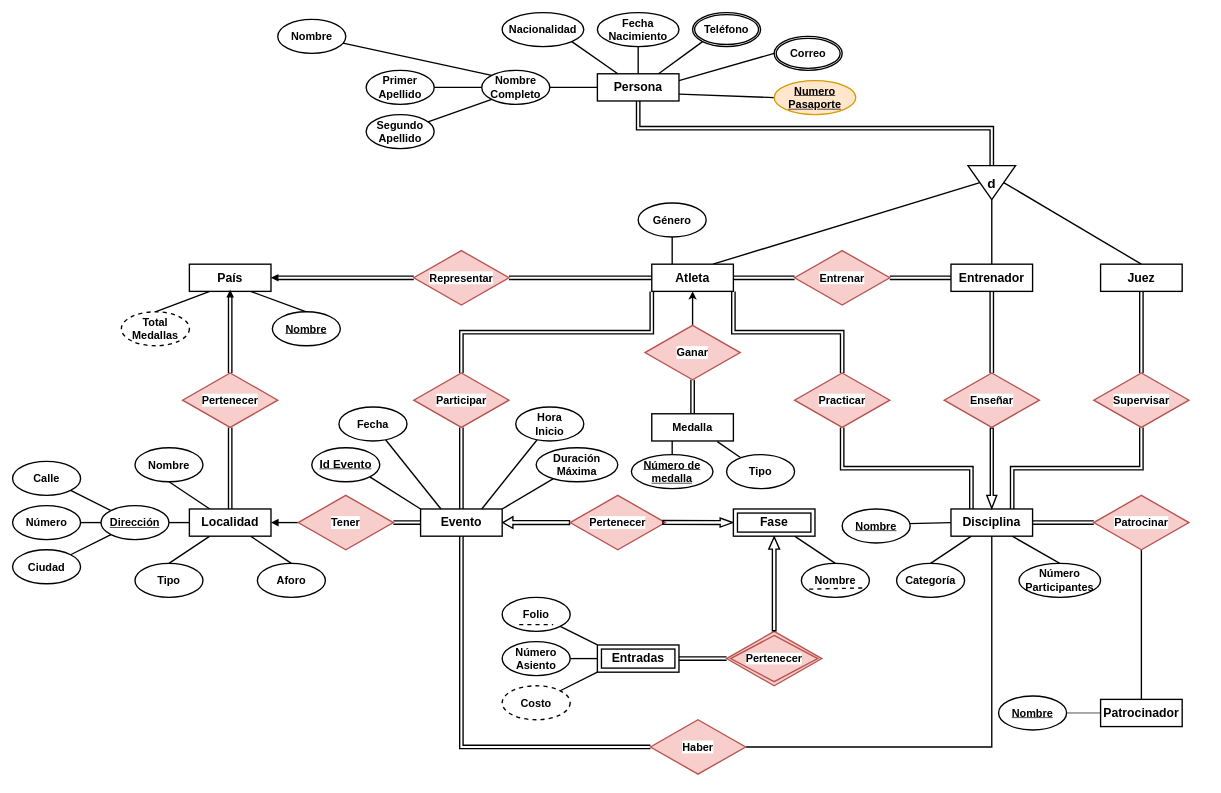
Before: Practica03_equipo/Diagramas/ERequipo.drawio in Htska/Db, a draw.io diagram. Source tidied: cells renumbered, new cells numbered last; positions are measured from the earlier drawing's top-left corner, leaving out a move shared by most shapes. Both pictures are drawn from the tidied source at 68%, with x=0, y=0 at pixel (12, 12).
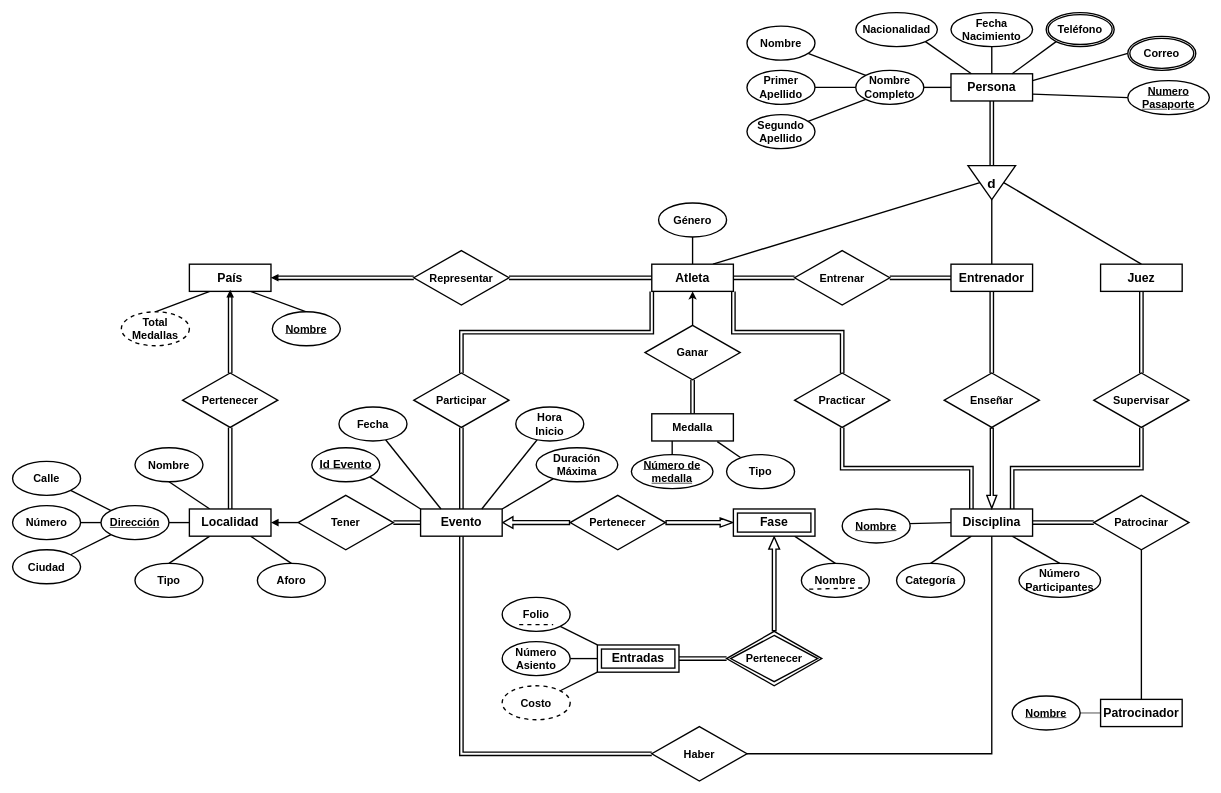
The same page after the edit.

Unchanged cells that the change refers to:
```xml
<mxCell id="40" value="d" style="triangle;whiteSpace=wrap;html=1;rotation=90;strokeWidth=2;fontSize=20;fontStyle=1;verticalAlign=middle;horizontal=0;labelPosition=center;verticalLabelPosition=middle;align=center;labelBackgroundColor=none;" parent="1" vertex="1">
  <mxGeometry x="1415" y="215" width="50" height="70" as="geometry" />
</mxCell>
<mxCell id="45" value="&lt;b&gt;Atleta&lt;/b&gt;" style="whiteSpace=wrap;html=1;align=center;strokeWidth=2;fontSize=18;" parent="1" vertex="1">
  <mxGeometry x="940" y="370" width="120" height="40" as="geometry" />
</mxCell>
<mxCell id="120" value="Fase" style="shape=ext;margin=3;double=1;whiteSpace=wrap;html=1;align=center;fontSize=18;fontStyle=1;strokeWidth=2;" parent="1" vertex="1">
  <mxGeometry x="1060" y="730" width="120" height="40" as="geometry" />
</mxCell>
```

Diff of the diagram source:
```diff
@@
     <mxCell id="23" value="Nombre" style="ellipse;whiteSpace=wrap;html=1;align=center;fontStyle=5;strokeWidth=2;fontSize=16;" parent="1" vertex="1">
-      <mxGeometry x="1450" y="1005" width="100" height="50" as="geometry" />
+      <mxGeometry x="1470" y="1005" width="100" height="50" as="geometry" />
     </mxCell>
@@
-    <mxCell id="38" value="&lt;b&gt;Practicar&lt;/b&gt;" style="shape=rhombus;perimeter=rhombusPerimeter;whiteSpace=wrap;html=1;align=center;fontFamily=Helvetica;fontSize=16;labelBackgroundColor=default;strokeWidth=2;fillColor=#f8cecc;strokeColor=#b85450;" parent="1" vertex="1">
+    <mxCell id="38" value="&lt;b&gt;Practicar&lt;/b&gt;" style="shape=rhombus;perimeter=rhombusPerimeter;whiteSpace=wrap;html=1;align=center;fontFamily=Helvetica;fontSize=16;labelBackgroundColor=default;strokeWidth=2;" parent="1" vertex="1">
       <mxGeometry x="1150" y="530" width="140" height="80" as="geometry" />
     </mxCell>
@@
-    <mxCell id="43" style="edgeStyle=none;shape=connector;rounded=0;jettySize=auto;html=1;exitX=0.25;exitY=0;exitDx=0;exitDy=0;entryX=0.5;entryY=1;entryDx=0;entryDy=0;strokeColor=default;strokeWidth=2;align=center;verticalAlign=middle;fontFamily=Helvetica;fontSize=11;fontColor=default;labelBackgroundColor=default;endArrow=none;endFill=0;" parent="1" edge="1" source="45" target="51">
+    <mxCell id="43" style="edgeStyle=none;shape=connector;rounded=0;jettySize=auto;html=1;exitX=0.5;exitY=0;exitDx=0;exitDy=0;entryX=0.5;entryY=1;entryDx=0;entryDy=0;strokeColor=default;strokeWidth=2;align=center;verticalAlign=middle;fontFamily=Helvetica;fontSize=11;fontColor=default;labelBackgroundColor=default;endArrow=none;endFill=0;" parent="1" edge="1" source="45" target="51">
       <mxGeometry relative="1" as="geometry" />
     </mxCell>
@@
     <mxCell id="51" value="Género" style="ellipse;whiteSpace=wrap;html=1;align=center;fontSize=16;fontStyle=1;strokeWidth=2;" parent="1" vertex="1">
-      <mxGeometry x="920" y="280" width="100" height="50" as="geometry" />
+      <mxGeometry x="950" y="280" width="100" height="50" as="geometry" />
     </mxCell>
-    <mxCell id="52" style="shape=link;rounded=0;jettySize=auto;html=1;exitX=0.5;exitY=1;exitDx=0;exitDy=0;entryX=0;entryY=0.5;entryDx=0;entryDy=0;strokeColor=default;strokeWidth=2;align=center;verticalAlign=middle;fontFamily=Helvetica;fontSize=11;fontColor=default;labelBackgroundColor=default;endArrow=none;endFill=0;edgeStyle=elbowEdgeStyle;elbow=vertical;" parent="1" edge="1" source="58" target="40">
-      <mxGeometry relative="1" as="geometry">
-        <Array as="points">
-          <mxPoint x="1180" y="170" />
-        </Array>
-      </mxGeometry>
-    </mxCell>
@@
-    <mxCell id="55" value="Representar" style="shape=rhombus;perimeter=rhombusPerimeter;whiteSpace=wrap;html=1;align=center;fontFamily=Helvetica;fontSize=16;labelBackgroundColor=default;strokeWidth=2;fontStyle=1;fillColor=#F8CECC;strokeColor=#b85450;" parent="1" vertex="1">
+    <mxCell id="55" value="Representar" style="shape=rhombus;perimeter=rhombusPerimeter;whiteSpace=wrap;html=1;align=center;fontFamily=Helvetica;fontSize=16;labelBackgroundColor=default;strokeWidth=2;fontStyle=1;" parent="1" vertex="1">
       <mxGeometry x="590" y="350" width="140" height="80" as="geometry" />
     </mxCell>
@@
+    <mxCell id="52" style="edgeStyle=orthogonalEdgeStyle;rounded=0;jettySize=auto;html=1;exitX=0.5;exitY=1;exitDx=0;exitDy=0;entryX=0;entryY=0.5;entryDx=0;entryDy=0;shape=link;strokeWidth=2;" parent="1" edge="1" source="58" target="40">
+      <mxGeometry relative="1" as="geometry" />
+    </mxCell>
     <mxCell id="58" value="&lt;b&gt;Persona&lt;/b&gt;" style="whiteSpace=wrap;html=1;align=center;strokeWidth=2;fontSize=18;" parent="1" vertex="1">
-      <mxGeometry x="860" y="90" width="120" height="40" as="geometry" />
+      <mxGeometry x="1380" y="90" width="120" height="40" as="geometry" />
     </mxCell>
@@
     <mxCell id="60" value="&lt;div&gt;Nombre&lt;/div&gt;&lt;div&gt;Completo&lt;/div&gt;" style="ellipse;whiteSpace=wrap;html=1;align=center;fontSize=16;fontStyle=1;strokeWidth=2;" parent="1" vertex="1">
-      <mxGeometry x="690" y="85" width="100" height="50" as="geometry" />
+      <mxGeometry x="1240" y="85" width="100" height="50" as="geometry" />
     </mxCell>
@@
     <mxCell id="62" value="&lt;div&gt;Nombre&lt;/div&gt;" style="ellipse;whiteSpace=wrap;html=1;align=center;fontSize=16;fontStyle=1;strokeWidth=2;" parent="1" vertex="1">
-      <mxGeometry x="390" y="10" width="100" height="50" as="geometry" />
+      <mxGeometry x="1080" y="20" width="100" height="50" as="geometry" />
     </mxCell>
@@
     <mxCell id="64" value="&lt;div&gt;Primer&lt;/div&gt;&lt;div&gt;Apellido&lt;br&gt;&lt;/div&gt;" style="ellipse;whiteSpace=wrap;html=1;align=center;fontSize=16;fontStyle=1;strokeWidth=2;" parent="1" vertex="1">
-      <mxGeometry x="520" y="85" width="100" height="50" as="geometry" />
+      <mxGeometry x="1080" y="85" width="100" height="50" as="geometry" />
     </mxCell>
@@
     <mxCell id="66" value="&lt;div&gt;Segundo&lt;/div&gt;&lt;div&gt;Apellido&lt;br&gt;&lt;/div&gt;" style="ellipse;whiteSpace=wrap;html=1;align=center;fontSize=16;fontStyle=1;strokeWidth=2;" parent="1" vertex="1">
-      <mxGeometry x="520" y="150" width="100" height="50" as="geometry" />
+      <mxGeometry x="1080" y="150" width="100" height="50" as="geometry" />
     </mxCell>
@@
     <mxCell id="68" value="Nacionalidad" style="ellipse;whiteSpace=wrap;html=1;align=center;fontSize=16;fontStyle=1;strokeWidth=2;" parent="1" vertex="1">
-      <mxGeometry x="720" width="120" height="50" as="geometry" />
+      <mxGeometry x="1240" width="120" height="50" as="geometry" />
     </mxCell>
@@
     <mxCell id="70" value="&lt;div&gt;Fecha&lt;/div&gt;&lt;div&gt;Nacimiento&lt;br&gt;&lt;/div&gt;" style="ellipse;whiteSpace=wrap;html=1;align=center;fontSize=16;fontStyle=1;strokeWidth=2;" parent="1" vertex="1">
-      <mxGeometry x="860" width="120" height="50" as="geometry" />
+      <mxGeometry x="1380" width="120" height="50" as="geometry" />
     </mxCell>
@@
     <mxCell id="72" value="Teléfono" style="ellipse;shape=doubleEllipse;margin=3;whiteSpace=wrap;html=1;align=center;strokeWidth=2;fontStyle=1;fontSize=16;" parent="1" vertex="1">
-      <mxGeometry x="1000" width="100" height="50" as="geometry" />
+      <mxGeometry x="1520" width="100" height="50" as="geometry" />
     </mxCell>
     <mxCell id="73" value="Correo" style="ellipse;shape=doubleEllipse;margin=3;whiteSpace=wrap;html=1;align=center;strokeWidth=2;fontStyle=1;fontSize=16;" parent="1" vertex="1">
-      <mxGeometry x="1120" y="35" width="100" height="50" as="geometry" />
+      <mxGeometry x="1640" y="35" width="100" height="50" as="geometry" />
     </mxCell>
@@
-    <mxCell id="83" value="&lt;b&gt;Patrocinar&lt;/b&gt;" style="shape=rhombus;perimeter=rhombusPerimeter;whiteSpace=wrap;html=1;align=center;fontFamily=Helvetica;fontSize=16;labelBackgroundColor=default;strokeWidth=2;fillColor=#f8cecc;strokeColor=#b85450;" parent="1" vertex="1">
+    <mxCell id="83" value="&lt;b&gt;Patrocinar&lt;/b&gt;" style="shape=rhombus;perimeter=rhombusPerimeter;whiteSpace=wrap;html=1;align=center;fontFamily=Helvetica;fontSize=16;labelBackgroundColor=default;strokeWidth=2;" parent="1" vertex="1">
       <mxGeometry x="1590" y="710" width="140" height="80" as="geometry" />
     </mxCell>
@@
-    <mxCell id="85" value="&lt;font style=&quot;font-size: 16px;&quot;&gt;Pertenecer&lt;/font&gt;" style="shape=rhombus;perimeter=rhombusPerimeter;whiteSpace=wrap;align=center;fontFamily=Helvetica;fontSize=16;labelBackgroundColor=default;strokeWidth=2;fontStyle=1;labelBorderColor=none;textShadow=0;html=1;verticalAlign=middle;fillColor=#f8cecc;strokeColor=#b85450;" parent="1" vertex="1">
+    <mxCell id="85" value="&lt;font style=&quot;font-size: 16px;&quot;&gt;Pertenecer&lt;/font&gt;" style="shape=rhombus;perimeter=rhombusPerimeter;whiteSpace=wrap;align=center;fontFamily=Helvetica;fontSize=16;labelBackgroundColor=default;strokeWidth=2;fontStyle=1;labelBorderColor=none;textShadow=0;html=1;verticalAlign=middle;" parent="1" vertex="1">
       <mxGeometry x="250" y="530" width="140" height="80" as="geometry" />
     </mxCell>
@@
-    <mxCell id="88" value="Tener" style="shape=rhombus;perimeter=rhombusPerimeter;whiteSpace=wrap;align=center;fontFamily=Helvetica;fontSize=16;labelBackgroundColor=default;strokeWidth=2;fontStyle=1;labelBorderColor=none;textShadow=0;html=1;verticalAlign=middle;fillColor=#f8cecc;strokeColor=#b85450;" parent="1" vertex="1">
+    <mxCell id="88" value="Tener" style="shape=rhombus;perimeter=rhombusPerimeter;whiteSpace=wrap;align=center;fontFamily=Helvetica;fontSize=16;labelBackgroundColor=default;strokeWidth=2;fontStyle=1;labelBorderColor=none;textShadow=0;html=1;verticalAlign=middle;" parent="1" vertex="1">
       <mxGeometry x="420" y="710" width="140" height="80" as="geometry" />
     </mxCell>
-    <mxCell id="89" value="&lt;b&gt;Pertenecer&lt;/b&gt;" style="shape=rhombus;perimeter=rhombusPerimeter;whiteSpace=wrap;html=1;align=center;fontFamily=Helvetica;fontSize=16;labelBackgroundColor=default;strokeWidth=2;fillColor=#f8cecc;strokeColor=#b85450;" parent="1" vertex="1">
+    <mxCell id="89" value="&lt;b&gt;Pertenecer&lt;/b&gt;" style="shape=rhombus;perimeter=rhombusPerimeter;whiteSpace=wrap;html=1;align=center;fontFamily=Helvetica;fontSize=16;labelBackgroundColor=default;strokeWidth=2;" parent="1" vertex="1">
       <mxGeometry x="820" y="710" width="140" height="80" as="geometry" />
     </mxCell>
@@
-    <mxCell id="91" value="&lt;b&gt;Supervisar&lt;/b&gt;" style="shape=rhombus;perimeter=rhombusPerimeter;whiteSpace=wrap;html=1;align=center;fontFamily=Helvetica;fontSize=16;labelBackgroundColor=default;strokeWidth=2;fillColor=#f8cecc;strokeColor=#b85450;" parent="1" vertex="1">
+    <mxCell id="91" value="&lt;b&gt;Supervisar&lt;/b&gt;" style="shape=rhombus;perimeter=rhombusPerimeter;whiteSpace=wrap;html=1;align=center;fontFamily=Helvetica;fontSize=16;labelBackgroundColor=default;strokeWidth=2;" parent="1" vertex="1">
       <mxGeometry x="1590" y="530" width="140" height="80" as="geometry" />
     </mxCell>
-    <mxCell id="92" style="edgeStyle=none;shape=flexArrow;rounded=0;jettySize=auto;html=1;exitX=0;exitY=0.5;exitDx=0;exitDy=0;entryX=0.967;entryY=0.497;entryDx=0;entryDy=0;entryPerimeter=0;strokeColor=default;strokeWidth=2;align=center;verticalAlign=middle;fontFamily=Helvetica;fontSize=11;fontColor=default;labelBackgroundColor=default;startArrow=block;startFill=1;startSize=5.476923076923077;endArrow=none;endFill=0;width=4.615384615384615;startWidth=5.680473372781065;" parent="1" edge="1" source="120" target="89">
+    <mxCell id="92" style="edgeStyle=none;shape=flexArrow;rounded=0;jettySize=auto;html=1;exitX=0;exitY=0.5;exitDx=0;exitDy=0;strokeColor=default;strokeWidth=2;align=center;verticalAlign=middle;fontFamily=Helvetica;fontSize=11;fontColor=default;labelBackgroundColor=default;startArrow=block;startFill=1;startSize=5.476923076923077;endArrow=none;endFill=0;width=4.615384615384615;startWidth=5.680473372781065;entryX=1;entryY=0.5;entryDx=0;entryDy=0;" parent="1" edge="1" source="120" target="89">
       <mxGeometry relative="1" as="geometry" />
     </mxCell>
@@
-    <mxCell id="94" value="&lt;b&gt;Entrenar&lt;/b&gt;" style="shape=rhombus;perimeter=rhombusPerimeter;whiteSpace=wrap;html=1;align=center;fontFamily=Helvetica;fontSize=16;labelBackgroundColor=default;strokeWidth=2;fillColor=#f8cecc;strokeColor=#b85450;" parent="1" vertex="1">
+    <mxCell id="94" value="&lt;b&gt;Entrenar&lt;/b&gt;" style="shape=rhombus;perimeter=rhombusPerimeter;whiteSpace=wrap;html=1;align=center;fontFamily=Helvetica;fontSize=16;labelBackgroundColor=default;strokeWidth=2;" parent="1" vertex="1">
       <mxGeometry x="1150" y="350" width="140" height="80" as="geometry" />
     </mxCell>
@@
-    <mxCell id="97" value="Participar" style="shape=rhombus;perimeter=rhombusPerimeter;whiteSpace=wrap;html=1;align=center;fontFamily=Helvetica;fontSize=16;labelBackgroundColor=default;strokeWidth=2;fontStyle=1;fillColor=#f8cecc;strokeColor=#b85450;" parent="1" vertex="1">
+    <mxCell id="97" value="Participar" style="shape=rhombus;perimeter=rhombusPerimeter;whiteSpace=wrap;html=1;align=center;fontFamily=Helvetica;fontSize=16;labelBackgroundColor=default;strokeWidth=2;fontStyle=1;" parent="1" vertex="1">
       <mxGeometry x="590" y="530" width="140" height="80" as="geometry" />
     </mxCell>
@@
-    <mxCell id="101" value="&lt;span style=&quot;font-size: 16px; font-weight: 700; background-color: rgb(255, 255, 255);&quot;&gt;Pertenecer&lt;/span&gt;" style="shape=rhombus;double=1;perimeter=rhombusPerimeter;whiteSpace=wrap;html=1;align=center;fillColor=#f8cecc;strokeColor=#b85450;strokeWidth=2;" parent="1" vertex="1">
+    <mxCell id="101" value="&lt;span style=&quot;font-size: 16px; font-weight: 700; background-color: rgb(255, 255, 255);&quot;&gt;Pertenecer&lt;/span&gt;" style="shape=rhombus;double=1;perimeter=rhombusPerimeter;whiteSpace=wrap;html=1;align=center;strokeWidth=2;" parent="1" vertex="1">
       <mxGeometry x="1050" y="910" width="140" height="80" as="geometry" />
     </mxCell>
@@
-    <mxCell id="115" value="&lt;div&gt;&lt;u&gt;Numero Pasaporte&lt;/u&gt;&lt;/div&gt;" style="ellipse;whiteSpace=wrap;html=1;align=center;fontSize=16;fontStyle=1;strokeWidth=2;fillColor=#ffe6cc;strokeColor=#d79b00;" parent="1" vertex="1">
-      <mxGeometry x="1120" y="100" width="120" height="50" as="geometry" />
+    <mxCell id="115" value="&lt;div&gt;&lt;u&gt;Numero Pasaporte&lt;/u&gt;&lt;/div&gt;" style="ellipse;whiteSpace=wrap;html=1;align=center;fontSize=16;fontStyle=1;strokeWidth=2;" parent="1" vertex="1">
+      <mxGeometry x="1640" y="100" width="120" height="50" as="geometry" />
     </mxCell>
@@
-    <mxCell id="123" value="Haber" style="shape=rhombus;perimeter=rhombusPerimeter;whiteSpace=wrap;align=center;fontFamily=Helvetica;fontSize=16;labelBackgroundColor=default;strokeWidth=2;fontStyle=1;labelBorderColor=none;textShadow=0;html=1;verticalAlign=middle;fillColor=#f8cecc;strokeColor=#b85450;" parent="1" vertex="1">
-      <mxGeometry x="938" y="1040" width="140" height="80" as="geometry" />
+    <mxCell id="123" value="Haber" style="shape=rhombus;perimeter=rhombusPerimeter;whiteSpace=wrap;align=center;fontFamily=Helvetica;fontSize=16;labelBackgroundColor=default;strokeWidth=2;fontStyle=1;labelBorderColor=none;textShadow=0;html=1;verticalAlign=middle;" parent="1" vertex="1">
+      <mxGeometry x="940" y="1050" width="140" height="80" as="geometry" />
     </mxCell>
@@
-    <mxCell id="126" value="&lt;b&gt;Ganar&lt;/b&gt;" style="shape=rhombus;perimeter=rhombusPerimeter;whiteSpace=wrap;html=1;align=center;fontFamily=Helvetica;fontSize=16;labelBackgroundColor=default;strokeWidth=2;fillColor=#f8cecc;strokeColor=#b85450;" parent="1" vertex="1">
+    <mxCell id="126" value="&lt;b&gt;Ganar&lt;/b&gt;" style="shape=rhombus;perimeter=rhombusPerimeter;whiteSpace=wrap;html=1;align=center;fontFamily=Helvetica;fontSize=16;labelBackgroundColor=default;strokeWidth=2;" parent="1" vertex="1">
       <mxGeometry x="930" y="460" width="140" height="80" as="geometry" />
     </mxCell>
@@
-    <mxCell id="129" value="&lt;b&gt;Enseñar&lt;/b&gt;" style="shape=rhombus;perimeter=rhombusPerimeter;whiteSpace=wrap;html=1;align=center;fontFamily=Helvetica;fontSize=16;labelBackgroundColor=default;strokeWidth=2;fillColor=#f8cecc;strokeColor=#b85450;" parent="1" vertex="1">
+    <mxCell id="129" value="&lt;b&gt;Enseñar&lt;/b&gt;" style="shape=rhombus;perimeter=rhombusPerimeter;whiteSpace=wrap;html=1;align=center;fontFamily=Helvetica;fontSize=16;labelBackgroundColor=default;strokeWidth=2;" parent="1" vertex="1">
       <mxGeometry x="1370" y="530" width="140" height="80" as="geometry" />
     </mxCell>
```
